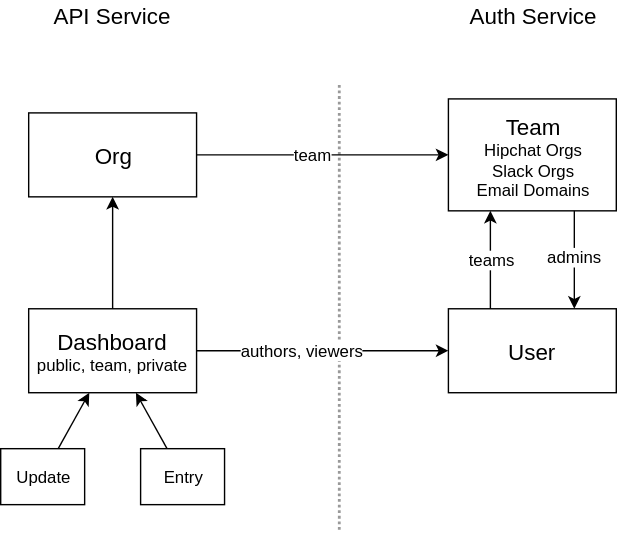
open-company/open-company-auth keeps this draw.io diagram as docs/OC-Authorization.svg. Above is the earlier version. Source tidied: cells renumbered, new cells last; positions are measured from the earlier drawing's top-left corner, leaving out a move shared by most shapes.
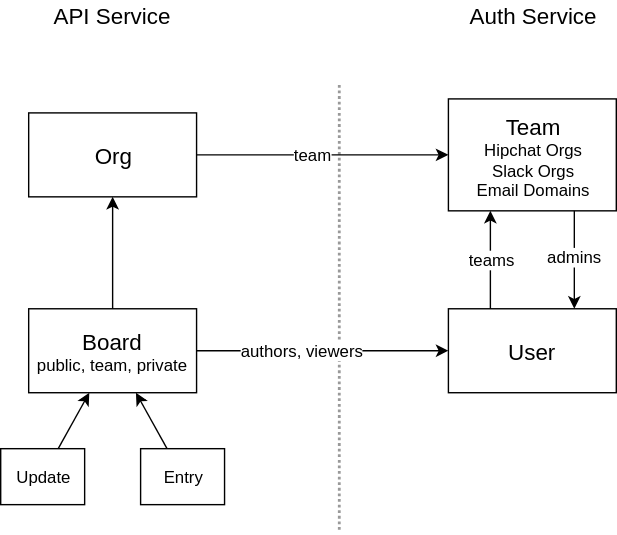
Above is the later version.

Commit message:
Tweak diagram.

The edit, as a diff of the source:
```diff
@@ -5,7 +5,7 @@
     <mxCell id="2" value="&lt;font style=&quot;font-size: 16px&quot;&gt;Org&lt;/font&gt;" style="whiteSpace=wrap;html=1;fontSize=12;fontColor=#000000;align=center;" parent="1" vertex="1">
       <mxGeometry x="20" y="80" width="120" height="60" as="geometry" />
     </mxCell>
-    <mxCell id="3" value="&lt;div style=&quot;text-align: center&quot;&gt;&lt;font style=&quot;font-size: 16px&quot;&gt;Dashboard&lt;/font&gt;&lt;/div&gt;&lt;div style=&quot;text-align: center&quot;&gt;public, team, private&lt;/div&gt;" style="whiteSpace=wrap;html=1;fontSize=12;fontColor=#000000;align=center;" parent="1" vertex="1">
+    <mxCell id="3" value="&lt;div style=&quot;text-align: center&quot;&gt;&lt;font style=&quot;font-size: 16px&quot;&gt;Board&lt;/font&gt;&lt;/div&gt;&lt;div style=&quot;text-align: center&quot;&gt;public, team, private&lt;/div&gt;" style="whiteSpace=wrap;html=1;fontSize=12;fontColor=#000000;align=center;" parent="1" vertex="1">
       <mxGeometry x="20" y="220" width="120" height="60" as="geometry" />
     </mxCell>
     <mxCell id="4" style="endArrow=classic;html=1;strokeColor=#000000;fontSize=12;fontColor=#000000;" parent="1" edge="1" source="3" target="2">
```
